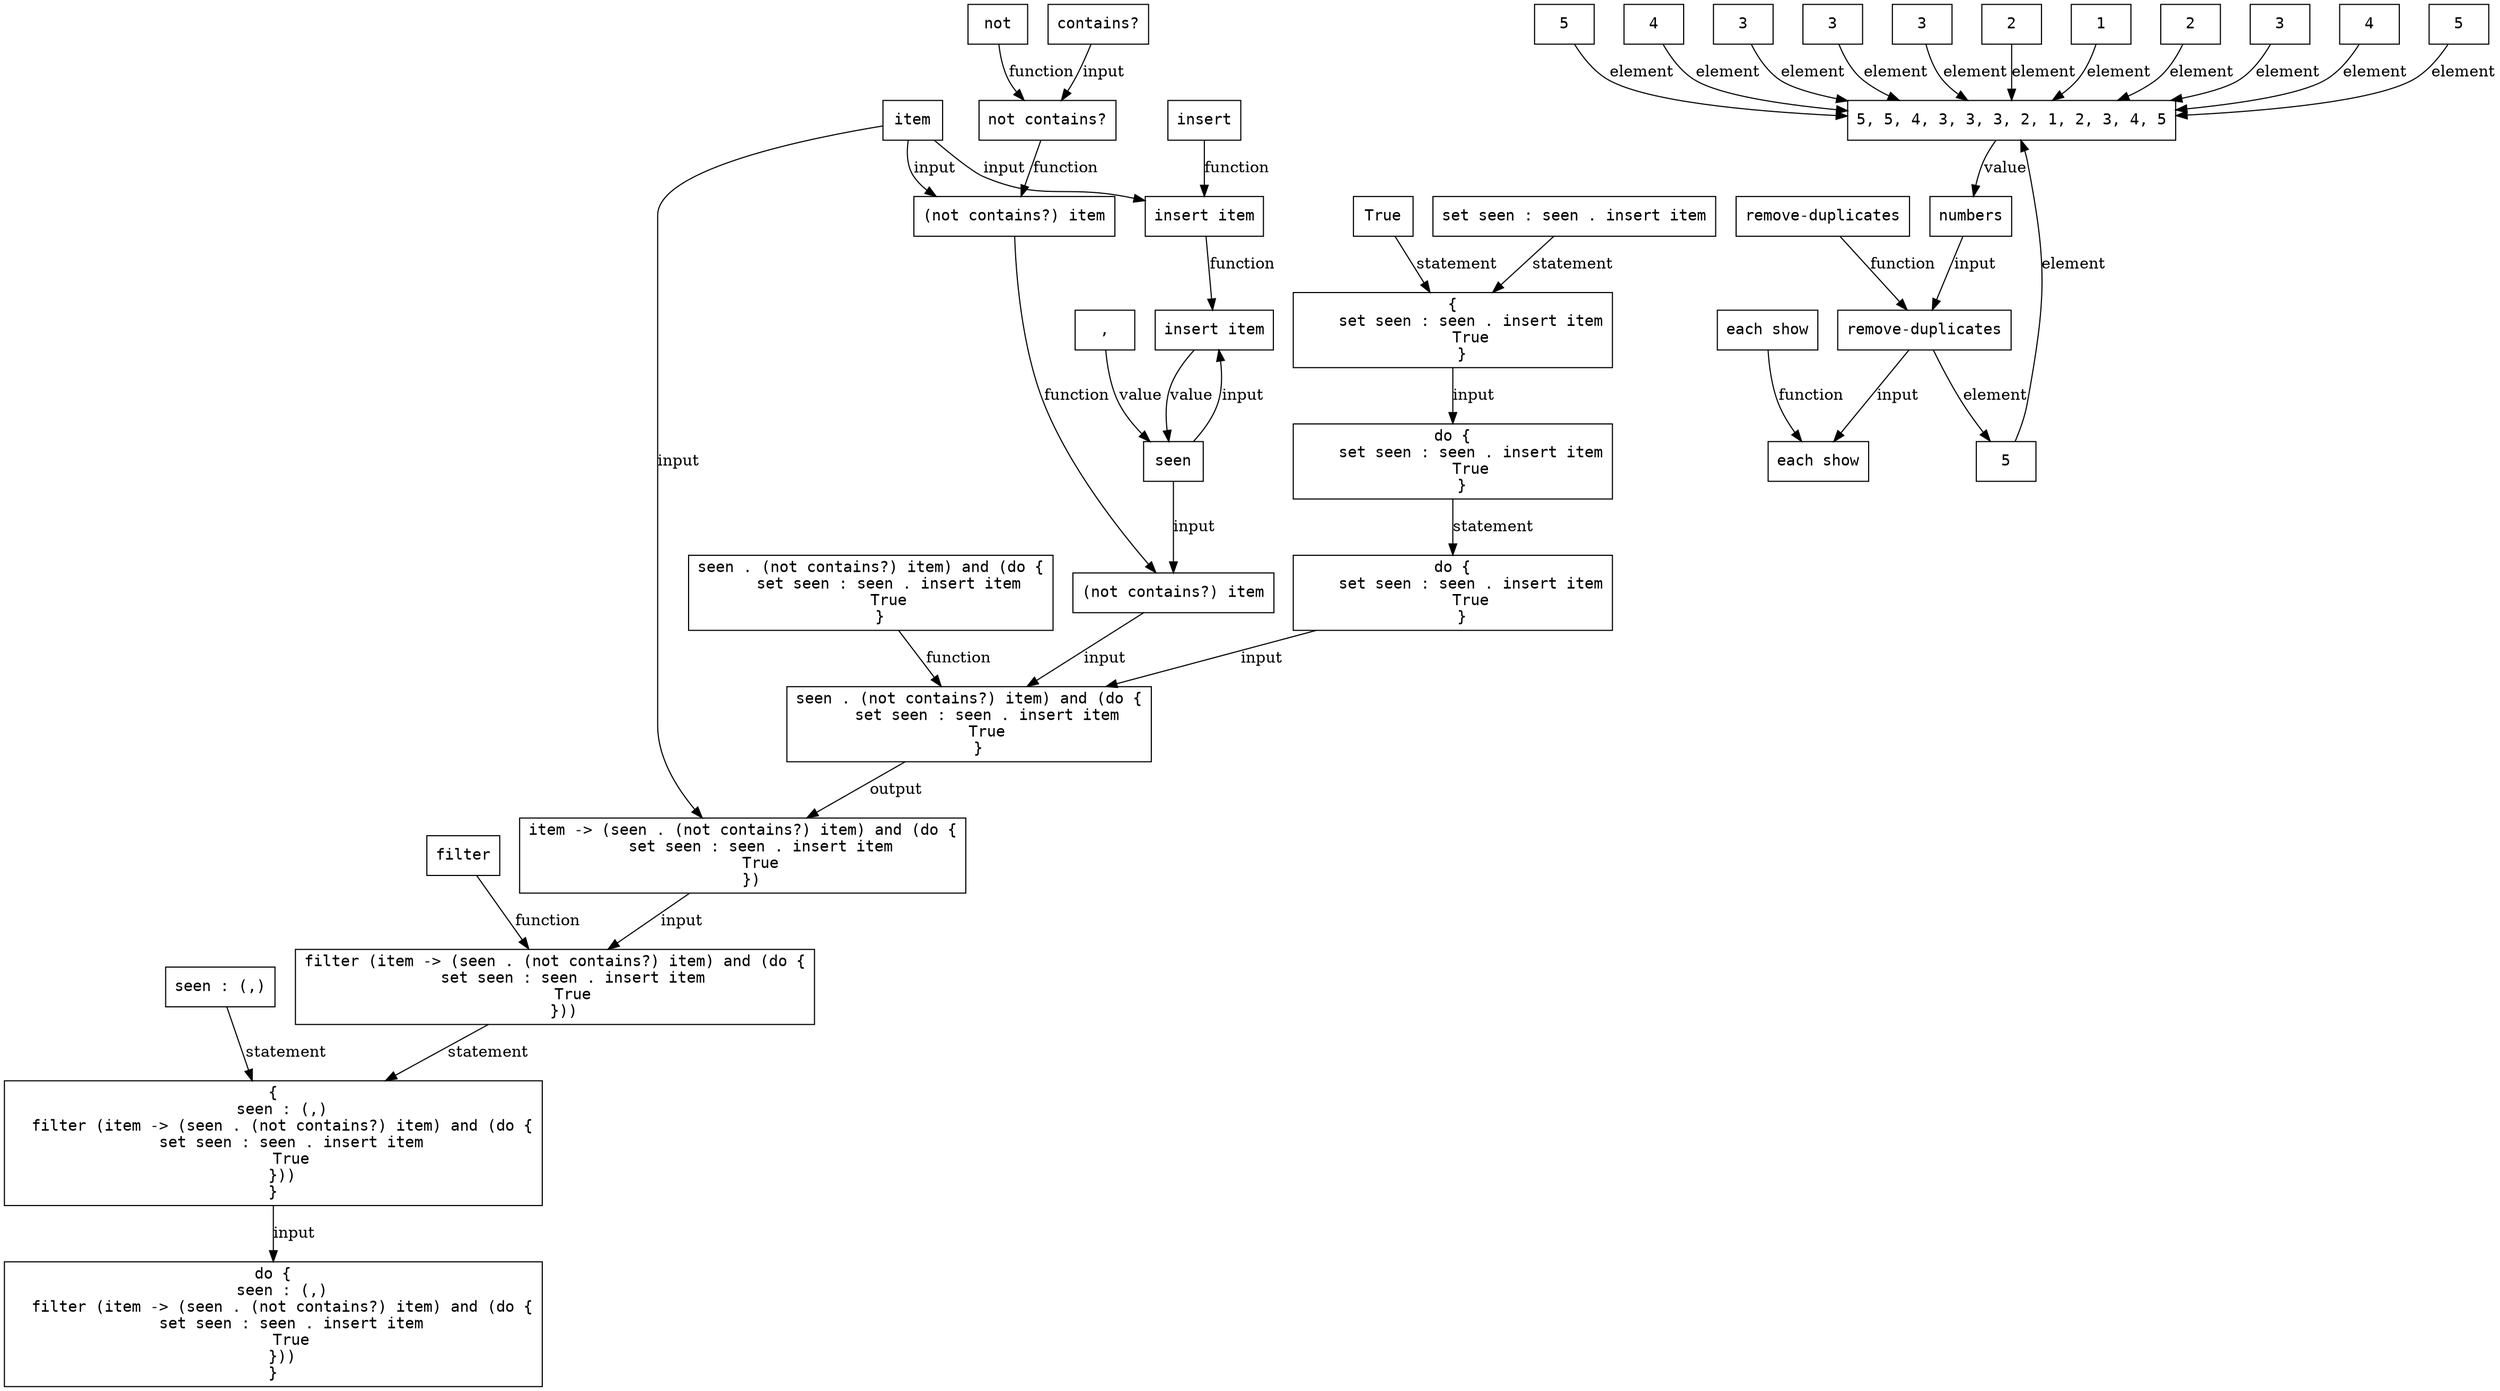
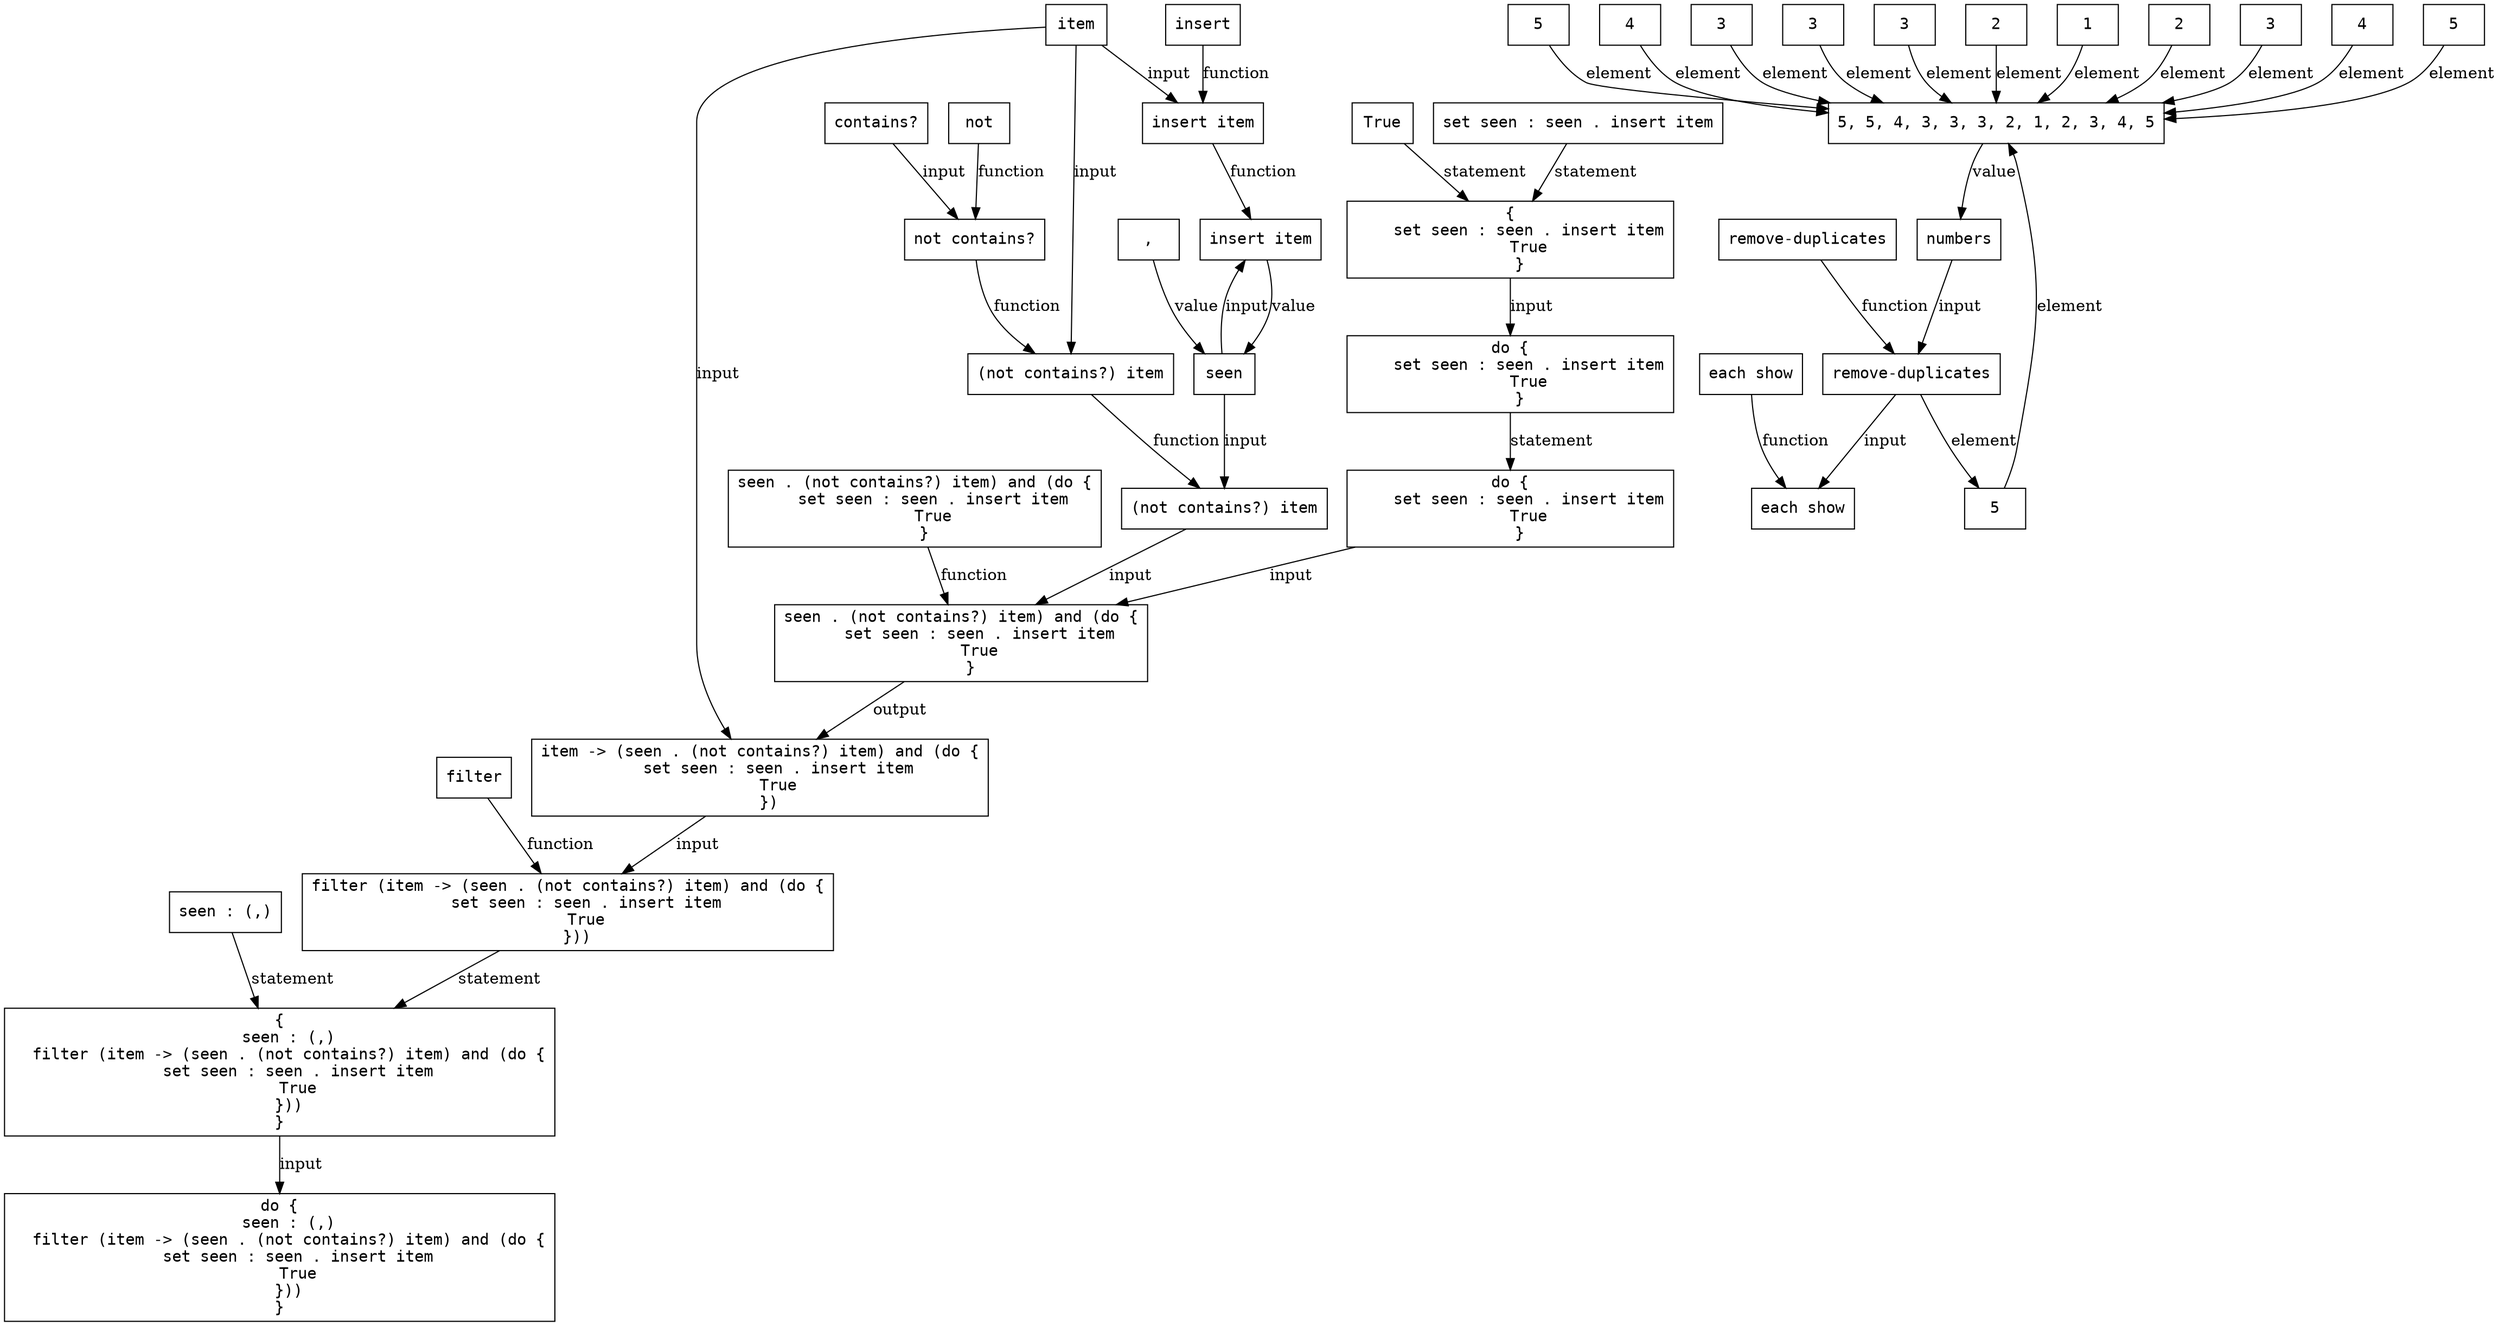
digraph G {
  node [shape=box, fontname=monospace]
  node_2_17 [label="do {\n  seen : (,)\n  filter (item -> (seen . (not contains?) item) and (do {\n    set seen : seen . insert item\n    True\n  }))\n}"]
  node_2_18 [label="{\n  seen : (,)\n  filter (item -> (seen . (not contains?) item) and (do {\n    set seen : seen . insert item\n    True\n  }))\n}"]
  node_2_19 [label="seen : (,)"]
  node_2_21 [label=","]
  node_2_26 [label="seen"]
  node_2_27 [label="filter (item -> (seen . (not contains?) item) and (do {\n    set seen : seen . insert item\n    True\n  }))"]
  node_2_28 [label="filter"]
  node_2_29 [label="item -> (seen . (not contains?) item) and (do {\n    set seen : seen . insert item\n    True\n  })"]
  node_2_30 [label="item"]
  node_2_32 [label="seen . (not contains?) item) and (do {\n    set seen : seen . insert item\n    True\n  }"]
  node_2_35 [label="do {\n    set seen : seen . insert item\n    True\n  }"]
-   node_2_36 [label="seen . (not contains?) item) and (do {\n    set seen : seen . insert item\n    True\n  }"]
-   node_2_40 [label="(not contains?) item"]
-   node_2_42 [label="(not contains?) item"]
-   node_2_43 [label="not contains?"]
-   node_2_44 [label="not"]
-   node_2_45 [label="contains?"]
-   node_2_47 [label="do {\n    set seen : seen . insert item\n    True\n  }"]
+   node_2_36 [label="do {\n    set seen : seen . insert item\n    True\n  }"]
+   node_2_37 [label="seen . (not contains?) item) and (do {\n    set seen : seen . insert item\n    True\n  }"]
+   node_2_41 [label="(not contains?) item"]
+   node_2_43 [label="(not contains?) item"]
+   node_2_44 [label="not contains?"]
+   node_2_45 [label="not"]
+   node_2_46 [label="contains?"]
  node_2_49 [label="{\n    set seen : seen . insert item\n    True\n  }"]
  node_2_50 [label="set seen : seen . insert item"]
  node_2_53 [label="insert item"]
  node_2_55 [label="insert item"]
  node_2_56 [label="insert"]
  node_2_59 [label="True"]
  node_2_60 [label="5, 5, 4, 3, 3, 3, 2, 1, 2, 3, 4, 5"]
  node_2_62 [label="5"]
  node_2_63 [label="5"]
  node_2_64 [label="4"]
  node_2_65 [label="3"]
  node_2_66 [label="3"]
  node_2_67 [label="3"]
  node_2_68 [label="2"]
  node_2_69 [label="1"]
  node_2_70 [label="2"]
  node_2_71 [label="3"]
  node_2_72 [label="4"]
  node_2_73 [label="5"]
  node_2_137 [label="numbers"]
  node_2_139 [label="each show"]
  node_2_141 [label="each show"]
  node_2_144 [label="remove-duplicates"]
  node_2_146 [label="remove-duplicates"]
  node_2_18 -> node_2_17 [label="input"]
  node_2_19 -> node_2_18 [label="statement"]
  node_2_21 -> node_2_26 [label="value"]
-   node_2_26 -> node_2_40 [label="input"]
+   node_2_26 -> node_2_41 [label="input"]
  node_2_26 -> node_2_53 [label="input"]
  node_2_27 -> node_2_18 [label="statement"]
  node_2_28 -> node_2_27 [label="function"]
  node_2_29 -> node_2_27 [label="input"]
  node_2_30 -> node_2_29 [label="input"]
-   node_2_30 -> node_2_42 [label="input"]
+   node_2_30 -> node_2_43 [label="input"]
  node_2_30 -> node_2_55 [label="input"]
  node_2_32 -> node_2_29 [label="output"]
-   node_2_35 -> node_2_47 [label="statement"]
-   node_2_36 -> node_2_32 [label="function"]
-   node_2_40 -> node_2_32 [label="input"]
-   node_2_42 -> node_2_40 [label="function"]
-   node_2_43 -> node_2_42 [label="function"]
+   node_2_35 -> node_2_36 [label="statement"]
+   node_2_36 -> node_2_32 [label="input"]
+   node_2_37 -> node_2_32 [label="function"]
+   node_2_41 -> node_2_32 [label="input"]
+   node_2_43 -> node_2_41 [label="function"]
  node_2_44 -> node_2_43 [label="function"]
-   node_2_45 -> node_2_43 [label="input"]
-   node_2_47 -> node_2_32 [label="input"]
+   node_2_45 -> node_2_44 [label="function"]
+   node_2_46 -> node_2_44 [label="input"]
  node_2_49 -> node_2_35 [label="input"]
  node_2_50 -> node_2_49 [label="statement"]
  node_2_53 -> node_2_26 [label="value"]
  node_2_55 -> node_2_53 [label="function"]
  node_2_56 -> node_2_55 [label="function"]
  node_2_59 -> node_2_49 [label="statement"]
  node_2_60 -> node_2_137 [label="value"]
  node_2_62 -> node_2_60 [label="element"]
  node_2_63 -> node_2_60 [label="element"]
  node_2_64 -> node_2_60 [label="element"]
  node_2_65 -> node_2_60 [label="element"]
  node_2_66 -> node_2_60 [label="element"]
  node_2_67 -> node_2_60 [label="element"]
  node_2_68 -> node_2_60 [label="element"]
  node_2_69 -> node_2_60 [label="element"]
  node_2_70 -> node_2_60 [label="element"]
  node_2_71 -> node_2_60 [label="element"]
  node_2_72 -> node_2_60 [label="element"]
  node_2_73 -> node_2_60 [label="element"]
  node_2_137 -> node_2_144 [label="input"]
  node_2_141 -> node_2_139 [label="function"]
  node_2_144 -> node_2_62 [label="element"]
  node_2_144 -> node_2_139 [label="input"]
  node_2_146 -> node_2_144 [label="function"]
}
